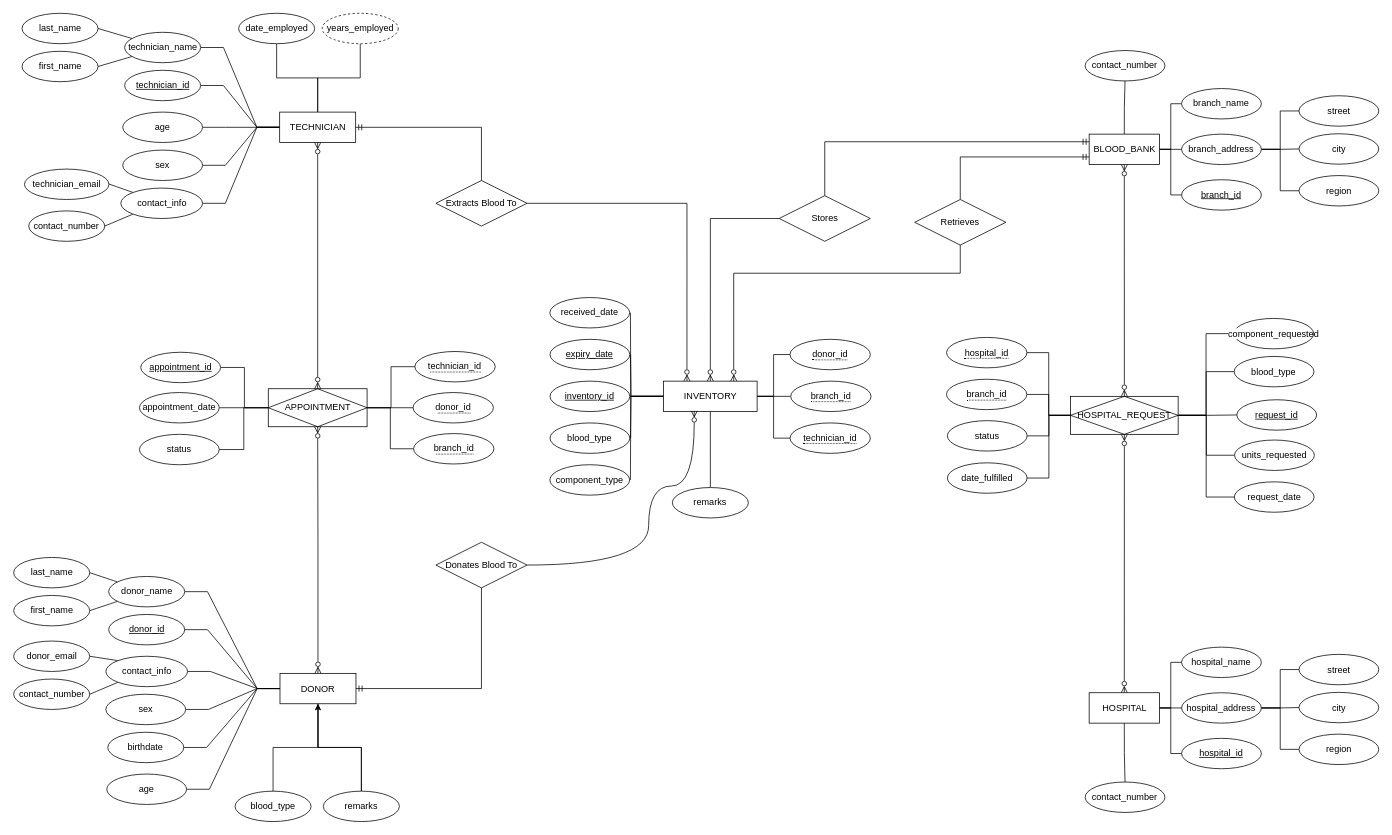
Before: page "Page-1" (1 of 2) of Diagrams/EERD-v4.drawio in florence-png/CCINFOM-S17-05, a draw.io diagram. Source tidied: cells renumbered, new cells numbered last; positions are measured from the earlier drawing's top-left corner, leaving out a move shared by most shapes. Both pictures are drawn from the tidied source at 76%, with x=0, y=0 at pixel (14, 13).
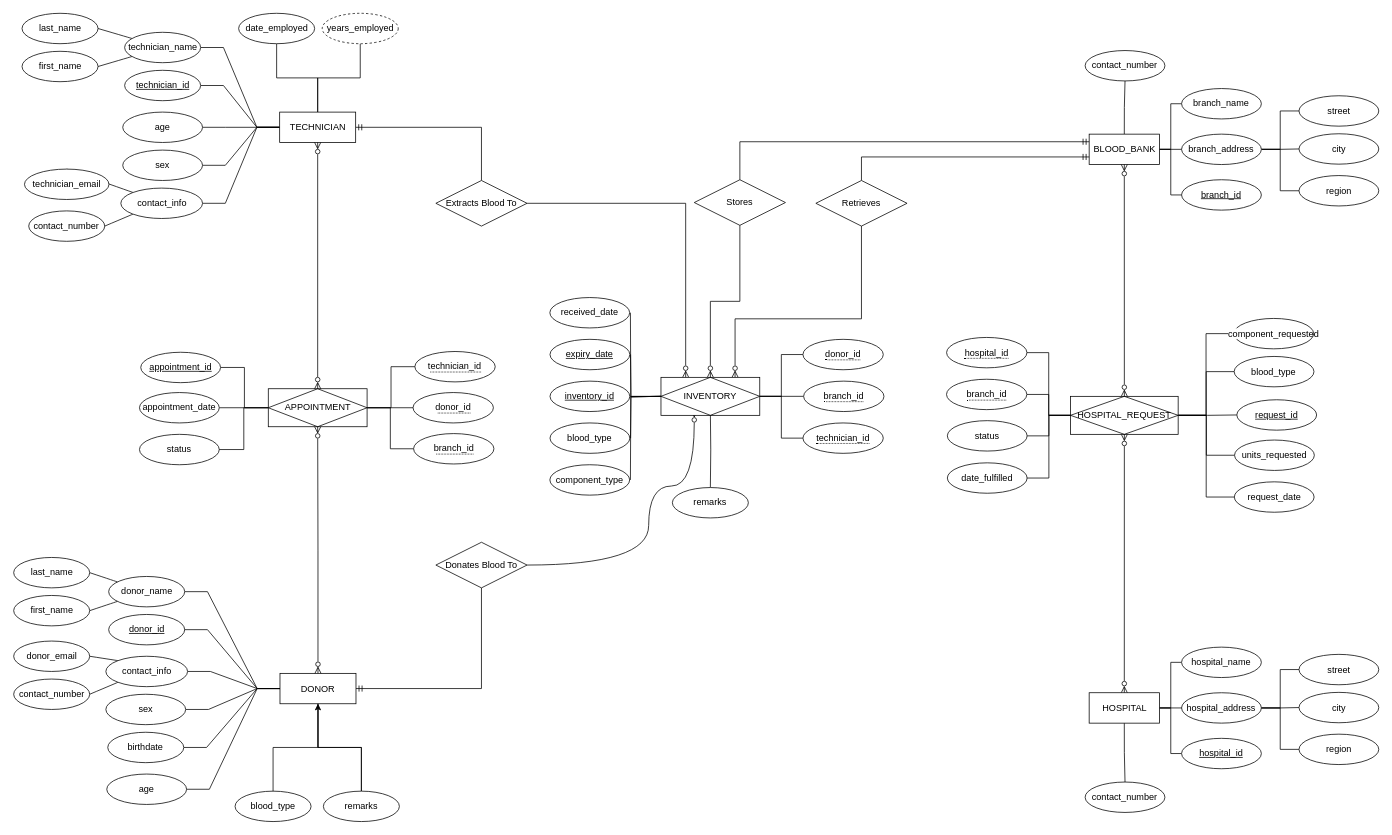
After the change.

The change refers to these unchanged cells:
```xml
<mxCell id="88" value="remarks" style="ellipse;whiteSpace=wrap;html=1;align=center;" parent="1" vertex="1">
  <mxGeometry x="866.2" y="624" width="100" height="40" as="geometry" />
</mxCell>
<mxCell id="141" value="Donates Blood To" style="shape=rhombus;perimeter=rhombusPerimeter;whiteSpace=wrap;html=1;align=center;" parent="1" vertex="1">
  <mxGeometry x="555" y="696" width="120" height="60" as="geometry" />
</mxCell>
```

Change to the diagram source:
```diff
@@
-    <mxCell id="51" style="edgeStyle=orthogonalEdgeStyle;rounded=0;jettySize=auto;html=1;entryX=1;entryY=0.5;entryDx=0;entryDy=0;fontSize=12;startSize=8;endSize=8;endArrow=none;endFill=0;exitX=0;exitY=0.5;exitDx=0;exitDy=0;" parent="1" edge="1" source="61">
+    <mxCell id="51" style="edgeStyle=orthogonalEdgeStyle;rounded=0;orthogonalLoop=1;jettySize=auto;html=1;entryX=1;entryY=0.5;entryDx=0;entryDy=0;fontSize=12;startSize=8;endSize=8;endArrow=none;endFill=0;exitX=0;exitY=0.5;exitDx=0;exitDy=0;" parent="1" edge="1">
       <mxGeometry relative="1" as="geometry">
+        <mxPoint x="854.6" y="504" as="sourcePoint" />
         <mxPoint x="811.2" y="559" as="targetPoint" />
       </mxGeometry>
     </mxCell>
-    <mxCell id="52" style="edgeStyle=orthogonalEdgeStyle;rounded=0;jettySize=auto;html=1;fontSize=12;startSize=8;endSize=8;endArrow=none;endFill=0;exitX=0;exitY=0.5;exitDx=0;exitDy=0;" parent="1" edge="1" source="61">
+    <mxCell id="52" style="edgeStyle=orthogonalEdgeStyle;rounded=0;orthogonalLoop=1;jettySize=auto;html=1;fontSize=12;startSize=8;endSize=8;endArrow=none;endFill=0;exitX=0;exitY=0.5;exitDx=0;exitDy=0;" parent="1" edge="1">
       <mxGeometry relative="1" as="geometry">
+        <mxPoint x="854.6" y="504" as="sourcePoint" />
         <mxPoint x="811.2" y="504" as="targetPoint" />
       </mxGeometry>
     </mxCell>
-    <mxCell id="53" style="edgeStyle=orthogonalEdgeStyle;rounded=0;jettySize=auto;html=1;entryX=1;entryY=0.5;entryDx=0;entryDy=0;fontSize=12;startSize=8;endSize=8;endArrow=none;endFill=0;exitX=0;exitY=0.5;exitDx=0;exitDy=0;" parent="1" edge="1" source="61">
+    <mxCell id="53" style="edgeStyle=orthogonalEdgeStyle;rounded=0;orthogonalLoop=1;jettySize=auto;html=1;entryX=1;entryY=0.5;entryDx=0;entryDy=0;fontSize=12;startSize=8;endSize=8;endArrow=none;endFill=0;exitX=0;exitY=0.5;exitDx=0;exitDy=0;" parent="1" edge="1">
       <mxGeometry relative="1" as="geometry">
+        <mxPoint x="854.6" y="504" as="sourcePoint" />
         <mxPoint x="811.2" y="449" as="targetPoint" />
       </mxGeometry>
     </mxCell>
-    <mxCell id="54" style="edgeStyle=orthogonalEdgeStyle;rounded=0;jettySize=auto;html=1;exitX=0;exitY=0.5;exitDx=0;exitDy=0;entryX=1;entryY=0.5;entryDx=0;entryDy=0;endArrow=none;endFill=0;" parent="1" edge="1" source="61">
+    <mxCell id="54" style="edgeStyle=orthogonalEdgeStyle;rounded=0;orthogonalLoop=1;jettySize=auto;html=1;exitX=0;exitY=0.5;exitDx=0;exitDy=0;entryX=1;entryY=0.5;entryDx=0;entryDy=0;endArrow=none;endFill=0;" parent="1" edge="1">
       <mxGeometry relative="1" as="geometry">
+        <mxPoint x="854.6" y="504" as="sourcePoint" />
         <mxPoint x="811" y="394" as="targetPoint" />
       </mxGeometry>
     </mxCell>
-    <mxCell id="55" style="edgeStyle=orthogonalEdgeStyle;rounded=0;jettySize=auto;html=1;exitX=0;exitY=0.5;exitDx=0;exitDy=0;entryX=1;entryY=0.5;entryDx=0;entryDy=0;endArrow=none;endFill=0;" parent="1" edge="1" source="61">
+    <mxCell id="55" style="edgeStyle=orthogonalEdgeStyle;rounded=0;orthogonalLoop=1;jettySize=auto;html=1;exitX=0;exitY=0.5;exitDx=0;exitDy=0;entryX=1;entryY=0.5;entryDx=0;entryDy=0;endArrow=none;endFill=0;" parent="1" edge="1">
       <mxGeometry relative="1" as="geometry">
+        <mxPoint x="854.6" y="504" as="sourcePoint" />
         <mxPoint x="811" y="614" as="targetPoint" />
       </mxGeometry>
     </mxCell>
@@
-    <mxCell id="57" style="edgeStyle=orthogonalEdgeStyle;rounded=0;jettySize=auto;html=1;exitX=1;exitY=0.5;exitDx=0;exitDy=0;entryX=0;entryY=0.5;entryDx=0;entryDy=0;endArrow=none;endFill=0;" parent="1" edge="1" source="61" target="83">
-      <mxGeometry relative="1" as="geometry" />
-    </mxCell>
-    <mxCell id="58" style="edgeStyle=orthogonalEdgeStyle;rounded=0;jettySize=auto;html=1;exitX=1;exitY=0.5;exitDx=0;exitDy=0;entryX=0;entryY=0.5;entryDx=0;entryDy=0;endArrow=none;endFill=0;" parent="1" edge="1" source="61" target="84">
-      <mxGeometry relative="1" as="geometry" />
-    </mxCell>
-    <mxCell id="59" style="edgeStyle=orthogonalEdgeStyle;rounded=0;jettySize=auto;html=1;exitX=0.5;exitY=1;exitDx=0;exitDy=0;entryX=0.5;entryY=0;entryDx=0;entryDy=0;endArrow=none;endFill=0;" parent="1" edge="1" source="61" target="88">
-      <mxGeometry relative="1" as="geometry" />
+    <mxCell id="59" style="edgeStyle=orthogonalEdgeStyle;rounded=0;jettySize=auto;html=1;exitX=0.5;exitY=1;exitDx=0;exitDy=0;entryX=0.5;entryY=0;entryDx=0;entryDy=0;endArrow=none;endFill=0;" parent="1" edge="1" target="88">
+      <mxGeometry relative="1" as="geometry">
+        <mxPoint x="916.2" y="524" as="sourcePoint" />
+      </mxGeometry>
     </mxCell>
-    <mxCell id="60" style="edgeStyle=orthogonalEdgeStyle;rounded=0;jettySize=auto;html=1;exitX=0.5;exitY=0;exitDx=0;exitDy=0;entryX=0;entryY=0.5;entryDx=0;entryDy=0;endArrow=none;endFill=0;startArrow=ERzeroToMany;startFill=0;" parent="1" edge="1" source="61" target="137">
-      <mxGeometry relative="1" as="geometry" />
-    </mxCell>
-    <mxCell id="61" value="INVENTORY" style="whiteSpace=wrap;html=1;align=center;" parent="1" vertex="1">
-      <mxGeometry x="854.6" y="484" width="123.1" height="40" as="geometry" />
-    </mxCell>
@@
+    <mxCell id="151" style="edgeStyle=orthogonalEdgeStyle;rounded=0;jettySize=auto;html=1;exitX=0;exitY=0.5;exitDx=0;exitDy=0;entryX=1;entryY=0.5;entryDx=0;entryDy=0;endArrow=none;endFill=0;" parent="1" edge="1" source="83" target="61">
+      <mxGeometry relative="1" as="geometry" />
+    </mxCell>
-    <mxCell id="83" value="&lt;span style=&quot;border-bottom: 1px dotted&quot;&gt;donor_id&lt;/span&gt;" style="ellipse;whiteSpace=wrap;html=1;align=center;" parent="1" vertex="1">
-      <mxGeometry x="1021" y="429" width="105.7" height="40" as="geometry" />
+    <mxCell id="83" value="&lt;span style=&quot;border-bottom: 1px dotted&quot;&gt;donor_id&lt;/span&gt;" style="ellipse;whiteSpace=wrap;html=1;align=center;verticalAlign=middle;" parent="1" vertex="1">
+      <mxGeometry x="1038" y="429" width="105.7" height="40" as="geometry" />
     </mxCell>
+    <mxCell id="152" style="edgeStyle=orthogonalEdgeStyle;rounded=0;jettySize=auto;html=1;exitX=0;exitY=0.5;exitDx=0;exitDy=0;entryX=1;entryY=0.5;entryDx=0;entryDy=0;endArrow=none;endFill=0;" parent="1" edge="1" source="84" target="61">
+      <mxGeometry relative="1" as="geometry" />
+    </mxCell>
     <mxCell id="84" value="&lt;span style=&quot;border-bottom: 1px dotted&quot;&gt;technician_id&lt;/span&gt;" style="ellipse;whiteSpace=wrap;html=1;align=center;" parent="1" vertex="1">
-      <mxGeometry x="1021" y="539" width="105.7" height="40" as="geometry" />
+      <mxGeometry x="1038" y="539" width="105.7" height="40" as="geometry" />
     </mxCell>
     <mxCell id="85" value="&lt;span style=&quot;border-bottom: 1px dotted&quot;&gt;branch_id&lt;/span&gt;" style="ellipse;whiteSpace=wrap;html=1;align=center;" parent="1" vertex="1">
-      <mxGeometry x="1021.9" y="484" width="105.7" height="40" as="geometry" />
+      <mxGeometry x="1038.9" y="484" width="105.7" height="40" as="geometry" />
     </mxCell>
@@
     <mxCell id="137" value="Stores" style="shape=rhombus;perimeter=rhombusPerimeter;whiteSpace=wrap;html=1;align=center;" parent="1" vertex="1">
-      <mxGeometry x="1006.7" y="240" width="120" height="60" as="geometry" />
+      <mxGeometry x="895" y="219" width="120" height="60" as="geometry" />
     </mxCell>
@@
-    <mxCell id="140" style="edgeStyle=orthogonalEdgeStyle;rounded=0;jettySize=auto;html=1;exitX=1;exitY=0.5;exitDx=0;exitDy=0;entryX=0.328;entryY=0.975;entryDx=0;entryDy=0;entryPerimeter=0;curved=1;endArrow=ERzeroToMany;endFill=0;" parent="1" edge="1" source="141" target="61">
+    <mxCell id="140" style="edgeStyle=orthogonalEdgeStyle;rounded=0;jettySize=auto;html=1;exitX=1;exitY=0.5;exitDx=0;exitDy=0;entryX=0.328;entryY=0.975;entryDx=0;entryDy=0;entryPerimeter=0;curved=1;endArrow=ERzeroToMany;endFill=0;" parent="1" edge="1" source="141">
       <mxGeometry relative="1" as="geometry">
+        <mxPoint x="895" y="523" as="targetPoint" />
         <Array as="points">
           <mxPoint x="835" y="726" />
           <mxPoint x="835" y="622" />
           <mxPoint x="895" y="622" />
         </Array>
       </mxGeometry>
     </mxCell>
@@
-    <mxCell id="142" style="edgeStyle=orthogonalEdgeStyle;rounded=0;jettySize=auto;html=1;exitX=0.5;exitY=1;exitDx=0;exitDy=0;entryX=0.75;entryY=0;entryDx=0;entryDy=0;endArrow=ERzeroToMany;endFill=0;" parent="1" edge="1" source="144" target="61">
+    <mxCell id="142" style="edgeStyle=orthogonalEdgeStyle;rounded=0;jettySize=auto;html=1;exitX=0.5;exitY=1;exitDx=0;exitDy=0;endArrow=ERzeroToMany;endFill=0;entryX=0.75;entryY=0;entryDx=0;entryDy=0;" parent="1" edge="1" source="144" target="61">
       <mxGeometry relative="1" as="geometry">
         <Array as="points">
-          <mxPoint x="1245" y="342" />
-          <mxPoint x="947" y="342" />
+          <mxPoint x="1115" y="402" />
+          <mxPoint x="949" y="402" />
         </Array>
       </mxGeometry>
     </mxCell>
@@
     <mxCell id="144" value="Retrieves" style="shape=rhombus;perimeter=rhombusPerimeter;whiteSpace=wrap;html=1;align=center;" parent="1" vertex="1">
-      <mxGeometry x="1185" y="245" width="120" height="60" as="geometry" />
+      <mxGeometry x="1055" y="220" width="120" height="60" as="geometry" />
     </mxCell>
@@
+    <mxCell id="60" style="edgeStyle=orthogonalEdgeStyle;rounded=0;jettySize=auto;html=1;exitX=0.5;exitY=0;exitDx=0;exitDy=0;entryX=0.5;entryY=1;entryDx=0;entryDy=0;endArrow=none;endFill=0;startArrow=ERzeroToMany;startFill=0;" parent="1" edge="1" source="61" target="137">
+      <mxGeometry relative="1" as="geometry" />
+    </mxCell>
+    <mxCell id="61" value="INVENTORY" style="shape=associativeEntity;whiteSpace=wrap;html=1;align=center;" parent="1" vertex="1">
+      <mxGeometry x="851.2" y="479" width="130" height="50" as="geometry" />
+    </mxCell>
```
